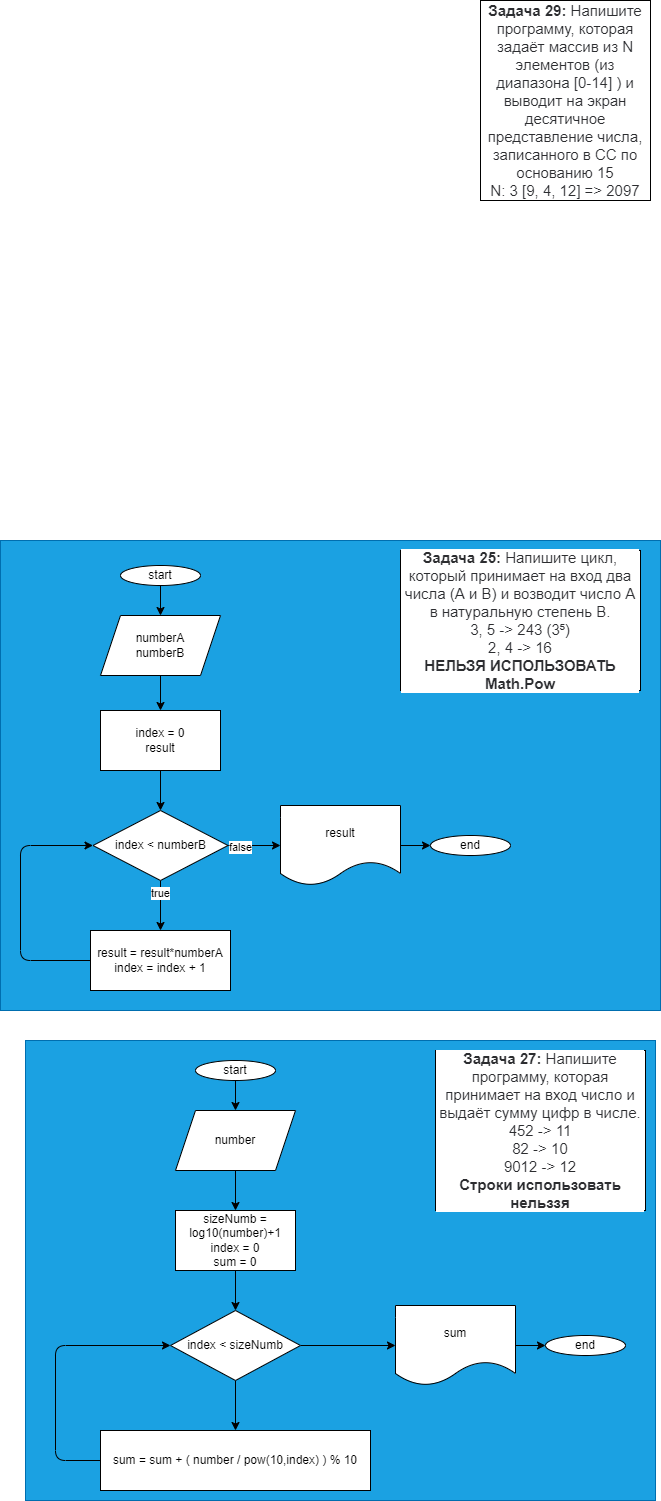
Before: Seminar_4/Algori.drawio.png, a diagram exported from draw.io (AlexKleimon/CSharp_HomeWork). Source tidied: cells renumbered, new cells last; positions are measured from the earlier drawing's top-left corner, leaving out a move shared by most shapes.
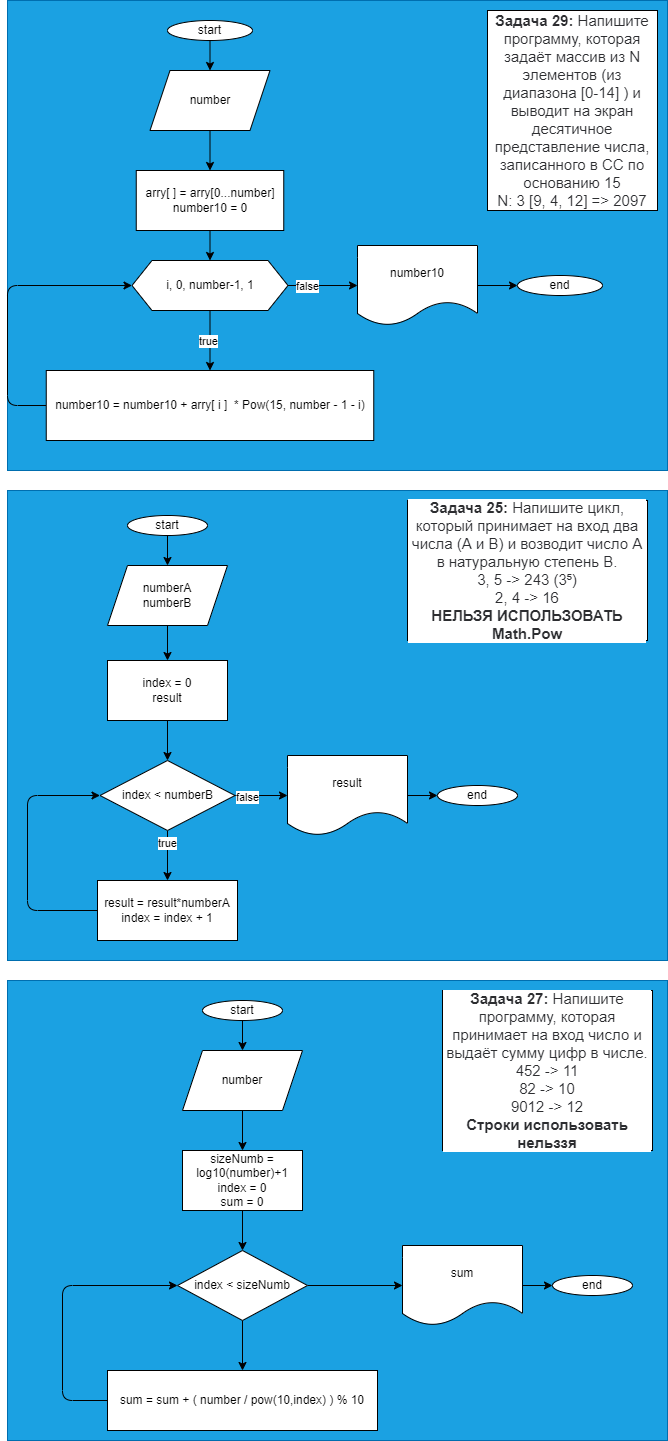
The same diagram one commit later.

Change to the diagram source:
```diff
@@ -2,32 +2,35 @@
   <root>
     <mxCell id="0" />
     <mxCell id="1" parent="0" />
+    <mxCell id="37" style="rounded=0;whiteSpace=wrap;html=1;fillColor=#1ba1e2;fontColor=#ffffff;strokeColor=#006EAF;" parent="1" vertex="1">
+      <mxGeometry y="-10" width="660" height="470" as="geometry" />
+    </mxCell>
     <mxCell id="2" value="&lt;p style=&quot;box-sizing: border-box ; margin: 0px ; color: rgb(44 , 45 , 48) ; font-family: &amp;#34;roboto&amp;#34; , &amp;#34;san francisco&amp;#34; , &amp;#34;helvetica neue&amp;#34; , &amp;#34;helvetica&amp;#34; , &amp;#34;arial&amp;#34; ; font-size: 15px ; background-color: rgb(255 , 255 , 255)&quot;&gt;&lt;span style=&quot;box-sizing: border-box ; font-weight: 700&quot;&gt;Задача 29:&lt;/span&gt;&amp;nbsp;Напишите программу, которая задаёт массив из N элементов (из диапазона [0-14] ) и выводит на экран десятичное представление числа, записанного в СС по основанию 15&lt;/p&gt;&lt;p style=&quot;box-sizing: border-box ; margin: 0px ; color: rgb(44 , 45 , 48) ; font-family: &amp;#34;roboto&amp;#34; , &amp;#34;san francisco&amp;#34; , &amp;#34;helvetica neue&amp;#34; , &amp;#34;helvetica&amp;#34; , &amp;#34;arial&amp;#34; ; font-size: 15px ; background-color: rgb(255 , 255 , 255)&quot;&gt;N: 3 [9, 4, 12] =&amp;gt; 2097&lt;/p&gt;" style="rounded=0;whiteSpace=wrap;html=1;" parent="1" vertex="1">
       <mxGeometry x="480" width="170" height="200" as="geometry" />
     </mxCell>
     <mxCell id="3" style="rounded=0;whiteSpace=wrap;html=1;fillColor=#1ba1e2;fontColor=#ffffff;strokeColor=#006EAF;" parent="1" vertex="1">
-      <mxGeometry y="540" width="660" height="470" as="geometry" />
+      <mxGeometry y="480" width="660" height="470" as="geometry" />
     </mxCell>
     <mxCell id="4" value="&lt;p style=&quot;box-sizing: border-box ; margin: 0px ; color: rgb(44 , 45 , 48) ; font-family: &amp;#34;roboto&amp;#34; , &amp;#34;san francisco&amp;#34; , &amp;#34;helvetica neue&amp;#34; , &amp;#34;helvetica&amp;#34; , &amp;#34;arial&amp;#34; ; font-size: 15px ; background-color: rgb(255 , 255 , 255)&quot;&gt;&lt;span style=&quot;box-sizing: border-box ; font-weight: 700&quot;&gt;Задача 25:&lt;/span&gt;&amp;nbsp;Напишите цикл, который принимает на вход два числа (A и B) и возводит число A в натуральную степень B.&lt;/p&gt;&lt;p style=&quot;box-sizing: border-box ; margin: 0px ; color: rgb(44 , 45 , 48) ; font-family: &amp;#34;roboto&amp;#34; , &amp;#34;san francisco&amp;#34; , &amp;#34;helvetica neue&amp;#34; , &amp;#34;helvetica&amp;#34; , &amp;#34;arial&amp;#34; ; font-size: 15px ; background-color: rgb(255 , 255 , 255)&quot;&gt;3, 5 -&amp;gt; 243 (3⁵)&lt;/p&gt;&lt;p style=&quot;box-sizing: border-box ; margin: 0px ; color: rgb(44 , 45 , 48) ; font-family: &amp;#34;roboto&amp;#34; , &amp;#34;san francisco&amp;#34; , &amp;#34;helvetica neue&amp;#34; , &amp;#34;helvetica&amp;#34; , &amp;#34;arial&amp;#34; ; font-size: 15px ; background-color: rgb(255 , 255 , 255)&quot;&gt;2, 4 -&amp;gt; 16&lt;/p&gt;&lt;p style=&quot;box-sizing: border-box ; margin: 0px ; color: rgb(44 , 45 , 48) ; font-family: &amp;#34;roboto&amp;#34; , &amp;#34;san francisco&amp;#34; , &amp;#34;helvetica neue&amp;#34; , &amp;#34;helvetica&amp;#34; , &amp;#34;arial&amp;#34; ; font-size: 15px ; background-color: rgb(255 , 255 , 255)&quot;&gt;&lt;span style=&quot;box-sizing: border-box ; font-weight: 700&quot;&gt;НЕЛЬЗЯ ИСПОЛЬЗОВАТЬ Math.Pow&lt;/span&gt;&lt;/p&gt;" style="rounded=0;whiteSpace=wrap;html=1;" parent="1" vertex="1">
-      <mxGeometry x="400" y="550" width="240" height="140" as="geometry" />
+      <mxGeometry x="400" y="490" width="240" height="140" as="geometry" />
     </mxCell>
     <mxCell id="5" style="edgeStyle=none;html=1;exitX=0.5;exitY=1;exitDx=0;exitDy=0;entryX=0.5;entryY=0;entryDx=0;entryDy=0;" parent="1" edge="1" source="6" target="8">
       <mxGeometry relative="1" as="geometry" />
     </mxCell>
     <mxCell id="6" value="start" style="ellipse;whiteSpace=wrap;html=1;" parent="1" vertex="1">
-      <mxGeometry x="120" y="565" width="80" height="20" as="geometry" />
+      <mxGeometry x="120" y="505" width="80" height="20" as="geometry" />
     </mxCell>
     <mxCell id="7" style="edgeStyle=none;html=1;exitX=0.5;exitY=1;exitDx=0;exitDy=0;entryX=0.5;entryY=0;entryDx=0;entryDy=0;" parent="1" edge="1" source="8" target="10">
       <mxGeometry relative="1" as="geometry" />
     </mxCell>
     <mxCell id="8" value="numberA&lt;br&gt;numberB" style="shape=parallelogram;perimeter=parallelogramPerimeter;whiteSpace=wrap;html=1;fixedSize=1;" parent="1" vertex="1">
-      <mxGeometry x="100" y="615" width="120" height="60" as="geometry" />
+      <mxGeometry x="100" y="555" width="120" height="60" as="geometry" />
     </mxCell>
     <mxCell id="9" style="edgeStyle=none;html=1;exitX=0.5;exitY=1;exitDx=0;exitDy=0;entryX=0.5;entryY=0;entryDx=0;entryDy=0;" parent="1" edge="1" source="10" target="15">
       <mxGeometry relative="1" as="geometry" />
     </mxCell>
     <mxCell id="10" value="index = 0&lt;br&gt;result" style="rounded=0;whiteSpace=wrap;html=1;" parent="1" vertex="1">
-      <mxGeometry x="100" y="710" width="120" height="60" as="geometry" />
+      <mxGeometry x="100" y="650" width="120" height="60" as="geometry" />
     </mxCell>
     <mxCell id="11" style="edgeStyle=none;html=1;exitX=0.5;exitY=1;exitDx=0;exitDy=0;entryX=0.5;entryY=0;entryDx=0;entryDy=0;" parent="1" edge="1" source="15" target="17">
       <mxGeometry relative="1" as="geometry" />
@@ -42,51 +45,51 @@
       <mxGeometry x="-0.56" y="-1" relative="1" as="geometry" />
     </mxCell>
     <mxCell id="15" value="index &amp;lt; numberB" style="rhombus;whiteSpace=wrap;html=1;" parent="1" vertex="1">
-      <mxGeometry x="92.5" y="810" width="135" height="70" as="geometry" />
+      <mxGeometry x="92.5" y="750" width="135" height="70" as="geometry" />
     </mxCell>
     <mxCell id="16" style="edgeStyle=none;html=1;exitX=0;exitY=0.5;exitDx=0;exitDy=0;entryX=0;entryY=0.5;entryDx=0;entryDy=0;" parent="1" edge="1" source="17" target="15">
       <mxGeometry relative="1" as="geometry">
         <Array as="points">
-          <mxPoint x="20" y="960" />
-          <mxPoint x="20" y="845" />
+          <mxPoint x="20" y="900" />
+          <mxPoint x="20" y="785" />
         </Array>
       </mxGeometry>
     </mxCell>
     <mxCell id="17" value="result = result*numberA&lt;br&gt;index = index + 1" style="rounded=0;whiteSpace=wrap;html=1;" parent="1" vertex="1">
-      <mxGeometry x="90" y="930" width="140" height="60" as="geometry" />
+      <mxGeometry x="90" y="870" width="140" height="60" as="geometry" />
     </mxCell>
     <mxCell id="18" style="edgeStyle=none;html=1;exitX=1;exitY=0.5;exitDx=0;exitDy=0;entryX=0;entryY=0.5;entryDx=0;entryDy=0;" parent="1" edge="1" source="19" target="20">
       <mxGeometry relative="1" as="geometry" />
     </mxCell>
     <mxCell id="19" value="result" style="shape=document;whiteSpace=wrap;html=1;boundedLbl=1;" parent="1" vertex="1">
-      <mxGeometry x="280" y="805" width="120" height="80" as="geometry" />
+      <mxGeometry x="280" y="745" width="120" height="80" as="geometry" />
     </mxCell>
     <mxCell id="20" value="end" style="ellipse;whiteSpace=wrap;html=1;" parent="1" vertex="1">
-      <mxGeometry x="430" y="835" width="80" height="20" as="geometry" />
+      <mxGeometry x="430" y="775" width="80" height="20" as="geometry" />
     </mxCell>
     <mxCell id="21" style="rounded=0;whiteSpace=wrap;html=1;fillColor=#1ba1e2;fontColor=#ffffff;strokeColor=#006EAF;" parent="1" vertex="1">
-      <mxGeometry x="25" y="1040" width="630" height="460" as="geometry" />
+      <mxGeometry y="970" width="660" height="460" as="geometry" />
     </mxCell>
     <mxCell id="22" value="&lt;p style=&quot;box-sizing: border-box ; margin: 0px ; color: rgb(44 , 45 , 48) ; font-family: &amp;#34;roboto&amp;#34; , &amp;#34;san francisco&amp;#34; , &amp;#34;helvetica neue&amp;#34; , &amp;#34;helvetica&amp;#34; , &amp;#34;arial&amp;#34; ; font-size: 15px ; background-color: rgb(255 , 255 , 255)&quot;&gt;&lt;span style=&quot;box-sizing: border-box ; font-weight: 700&quot;&gt;Задача 27:&lt;/span&gt;&amp;nbsp;Напишите программу, которая принимает на вход число и выдаёт сумму цифр в числе.&lt;/p&gt;&lt;p style=&quot;box-sizing: border-box ; margin: 0px ; color: rgb(44 , 45 , 48) ; font-family: &amp;#34;roboto&amp;#34; , &amp;#34;san francisco&amp;#34; , &amp;#34;helvetica neue&amp;#34; , &amp;#34;helvetica&amp;#34; , &amp;#34;arial&amp;#34; ; font-size: 15px ; background-color: rgb(255 , 255 , 255)&quot;&gt;452 -&amp;gt; 11&lt;/p&gt;&lt;p style=&quot;box-sizing: border-box ; margin: 0px ; color: rgb(44 , 45 , 48) ; font-family: &amp;#34;roboto&amp;#34; , &amp;#34;san francisco&amp;#34; , &amp;#34;helvetica neue&amp;#34; , &amp;#34;helvetica&amp;#34; , &amp;#34;arial&amp;#34; ; font-size: 15px ; background-color: rgb(255 , 255 , 255)&quot;&gt;82 -&amp;gt; 10&lt;/p&gt;&lt;p style=&quot;box-sizing: border-box ; margin: 0px ; color: rgb(44 , 45 , 48) ; font-family: &amp;#34;roboto&amp;#34; , &amp;#34;san francisco&amp;#34; , &amp;#34;helvetica neue&amp;#34; , &amp;#34;helvetica&amp;#34; , &amp;#34;arial&amp;#34; ; font-size: 15px ; background-color: rgb(255 , 255 , 255)&quot;&gt;9012 -&amp;gt; 12&lt;/p&gt;&lt;p style=&quot;box-sizing: border-box ; margin: 0px ; color: rgb(44 , 45 , 48) ; font-family: &amp;#34;roboto&amp;#34; , &amp;#34;san francisco&amp;#34; , &amp;#34;helvetica neue&amp;#34; , &amp;#34;helvetica&amp;#34; , &amp;#34;arial&amp;#34; ; font-size: 15px ; background-color: rgb(255 , 255 , 255)&quot;&gt;&lt;span style=&quot;box-sizing: border-box ; font-weight: 700&quot;&gt;Строки использовать нельззя&lt;/span&gt;&lt;/p&gt;" style="rounded=0;whiteSpace=wrap;html=1;" parent="1" vertex="1">
-      <mxGeometry x="435" y="1050" width="210" height="160" as="geometry" />
+      <mxGeometry x="435" y="980" width="210" height="160" as="geometry" />
     </mxCell>
     <mxCell id="23" style="edgeStyle=none;html=1;exitX=0.5;exitY=1;exitDx=0;exitDy=0;entryX=0.5;entryY=0;entryDx=0;entryDy=0;" parent="1" edge="1" source="24" target="26">
       <mxGeometry relative="1" as="geometry" />
     </mxCell>
     <mxCell id="24" value="start" style="ellipse;whiteSpace=wrap;html=1;" parent="1" vertex="1">
-      <mxGeometry x="195" y="1060" width="80" height="20" as="geometry" />
+      <mxGeometry x="195" y="990" width="80" height="20" as="geometry" />
     </mxCell>
     <mxCell id="25" style="edgeStyle=none;html=1;exitX=0.5;exitY=1;exitDx=0;exitDy=0;entryX=0.5;entryY=0;entryDx=0;entryDy=0;" parent="1" edge="1" source="26" target="28">
       <mxGeometry relative="1" as="geometry" />
     </mxCell>
     <mxCell id="26" value="number" style="shape=parallelogram;perimeter=parallelogramPerimeter;whiteSpace=wrap;html=1;fixedSize=1;" parent="1" vertex="1">
-      <mxGeometry x="175" y="1110" width="120" height="60" as="geometry" />
+      <mxGeometry x="175" y="1040" width="120" height="60" as="geometry" />
     </mxCell>
     <mxCell id="27" style="edgeStyle=none;html=1;exitX=0.5;exitY=1;exitDx=0;exitDy=0;entryX=0.5;entryY=0;entryDx=0;entryDy=0;" parent="1" edge="1" source="28" target="31">
       <mxGeometry relative="1" as="geometry" />
     </mxCell>
     <mxCell id="28" value="sizeNumb = log10(number)+1&lt;br&gt;index = 0&lt;br&gt;sum = 0" style="rounded=0;whiteSpace=wrap;html=1;" parent="1" vertex="1">
-      <mxGeometry x="175" y="1210" width="120" height="60" as="geometry" />
+      <mxGeometry x="175" y="1140" width="120" height="60" as="geometry" />
     </mxCell>
     <mxCell id="29" style="edgeStyle=none;html=1;exitX=0.5;exitY=1;exitDx=0;exitDy=0;entryX=0.5;entryY=0;entryDx=0;entryDy=0;" parent="1" edge="1" source="31" target="33">
       <mxGeometry relative="1" as="geometry" />
@@ -95,27 +98,84 @@
       <mxGeometry relative="1" as="geometry" />
     </mxCell>
     <mxCell id="31" value="index &amp;lt; sizeNumb" style="rhombus;whiteSpace=wrap;html=1;" parent="1" vertex="1">
-      <mxGeometry x="170" y="1310" width="130" height="70" as="geometry" />
+      <mxGeometry x="170" y="1240" width="130" height="70" as="geometry" />
     </mxCell>
     <mxCell id="32" style="edgeStyle=none;html=1;exitX=0;exitY=0.5;exitDx=0;exitDy=0;entryX=0;entryY=0.5;entryDx=0;entryDy=0;" parent="1" edge="1" source="33" target="31">
       <mxGeometry relative="1" as="geometry">
         <Array as="points">
-          <mxPoint x="55" y="1460" />
-          <mxPoint x="55" y="1345" />
+          <mxPoint x="55" y="1390" />
+          <mxPoint x="55" y="1275" />
         </Array>
       </mxGeometry>
     </mxCell>
     <mxCell id="33" value="sum = sum + ( number / pow(10,index) ) % 10" style="rounded=0;whiteSpace=wrap;html=1;" parent="1" vertex="1">
-      <mxGeometry x="100" y="1430" width="270" height="60" as="geometry" />
+      <mxGeometry x="100" y="1360" width="270" height="60" as="geometry" />
     </mxCell>
     <mxCell id="34" style="edgeStyle=none;html=1;exitX=1;exitY=0.5;exitDx=0;exitDy=0;entryX=0;entryY=0.5;entryDx=0;entryDy=0;" parent="1" edge="1" source="35" target="36">
       <mxGeometry relative="1" as="geometry" />
     </mxCell>
     <mxCell id="35" value="sum" style="shape=document;whiteSpace=wrap;html=1;boundedLbl=1;" parent="1" vertex="1">
-      <mxGeometry x="395" y="1305" width="120" height="80" as="geometry" />
+      <mxGeometry x="395" y="1235" width="120" height="80" as="geometry" />
     </mxCell>
     <mxCell id="36" value="end" style="ellipse;whiteSpace=wrap;html=1;" parent="1" vertex="1">
-      <mxGeometry x="545" y="1335" width="80" height="20" as="geometry" />
+      <mxGeometry x="545" y="1265" width="80" height="20" as="geometry" />
     </mxCell>
+    <mxCell id="38" style="edgeStyle=none;html=1;exitX=0.5;exitY=1;exitDx=0;exitDy=0;entryX=0.5;entryY=0;entryDx=0;entryDy=0;" parent="1" edge="1" source="39" target="41">
+      <mxGeometry relative="1" as="geometry" />
+    </mxCell>
+    <mxCell id="39" value="start" style="ellipse;whiteSpace=wrap;html=1;" parent="1" vertex="1">
+      <mxGeometry x="160" y="10" width="85" height="20" as="geometry" />
+    </mxCell>
+    <mxCell id="40" style="edgeStyle=none;html=1;exitX=0.5;exitY=1;exitDx=0;exitDy=0;entryX=0.5;entryY=0;entryDx=0;entryDy=0;" parent="1" edge="1" source="41" target="43">
+      <mxGeometry relative="1" as="geometry" />
+    </mxCell>
+    <mxCell id="41" value="number" style="shape=parallelogram;perimeter=parallelogramPerimeter;whiteSpace=wrap;html=1;fixedSize=1;" parent="1" vertex="1">
+      <mxGeometry x="142.5" y="60" width="120" height="60" as="geometry" />
+    </mxCell>
+    <mxCell id="42" style="edgeStyle=none;html=1;exitX=0.5;exitY=1;exitDx=0;exitDy=0;entryX=0.5;entryY=0;entryDx=0;entryDy=0;" parent="1" edge="1" source="43" target="48">
+      <mxGeometry relative="1" as="geometry" />
+    </mxCell>
+    <mxCell id="43" value="arry[ ] = arry[0...number]&lt;br&gt;number10 = 0" style="rounded=0;whiteSpace=wrap;html=1;" parent="1" vertex="1">
+      <mxGeometry x="128.8" y="160" width="147.5" height="60" as="geometry" />
+    </mxCell>
+    <mxCell id="44" style="edgeStyle=none;html=1;exitX=0.5;exitY=1;exitDx=0;exitDy=0;entryX=0.5;entryY=0;entryDx=0;entryDy=0;" parent="1" edge="1" source="48" target="50">
+      <mxGeometry relative="1" as="geometry" />
+    </mxCell>
+    <mxCell id="45" value="true" style="edgeLabel;html=1;align=center;verticalAlign=middle;" parent="44" vertex="1">
+      <mxGeometry x="-0.58" y="-1" relative="1" as="geometry">
+        <mxPoint x="-1" y="17" as="offset" />
+      </mxGeometry>
+    </mxCell>
+    <mxCell id="46" style="edgeStyle=none;html=1;exitX=1;exitY=0.5;exitDx=0;exitDy=0;entryX=0;entryY=0.5;entryDx=0;entryDy=0;" parent="1" edge="1" source="48" target="52">
+      <mxGeometry relative="1" as="geometry" />
+    </mxCell>
+    <mxCell id="47" value="false" style="edgeLabel;html=1;align=center;verticalAlign=middle;" parent="46" vertex="1">
+      <mxGeometry x="-0.62" y="2" relative="1" as="geometry">
+        <mxPoint x="6" y="2" as="offset" />
+      </mxGeometry>
+    </mxCell>
+    <mxCell id="48" value="i, 0, number-1, 1" style="shape=hexagon;perimeter=hexagonPerimeter2;whiteSpace=wrap;html=1;fixedSize=1;" parent="1" vertex="1">
+      <mxGeometry x="124.5" y="250" width="156" height="50" as="geometry" />
+    </mxCell>
+    <mxCell id="49" style="edgeStyle=none;html=1;entryX=0;entryY=0.5;entryDx=0;entryDy=0;exitX=0;exitY=0.5;exitDx=0;exitDy=0;" parent="1" edge="1" source="50" target="48">
+      <mxGeometry relative="1" as="geometry">
+        <Array as="points">
+          <mxPoint y="395" />
+          <mxPoint y="275" />
+        </Array>
+      </mxGeometry>
+    </mxCell>
+    <mxCell id="50" value="number10 = number10 + arry[ i ]&amp;nbsp; * Pow(15, number - 1 - i)" style="rounded=0;whiteSpace=wrap;html=1;" parent="1" vertex="1">
+      <mxGeometry x="38.8" y="360" width="327.5" height="70" as="geometry" />
+    </mxCell>
+    <mxCell id="51" style="edgeStyle=none;html=1;exitX=1;exitY=0.5;exitDx=0;exitDy=0;entryX=0;entryY=0.5;entryDx=0;entryDy=0;" parent="1" edge="1" source="52" target="53">
+      <mxGeometry relative="1" as="geometry" />
+    </mxCell>
+    <mxCell id="52" value="number10" style="shape=document;whiteSpace=wrap;html=1;boundedLbl=1;" parent="1" vertex="1">
+      <mxGeometry x="350" y="235" width="120" height="80" as="geometry" />
+    </mxCell>
+    <mxCell id="53" value="end" style="ellipse;whiteSpace=wrap;html=1;" parent="1" vertex="1">
+      <mxGeometry x="510" y="265" width="85" height="20" as="geometry" />
+    </mxCell>
   </root>
 </mxGraphModel>
```
